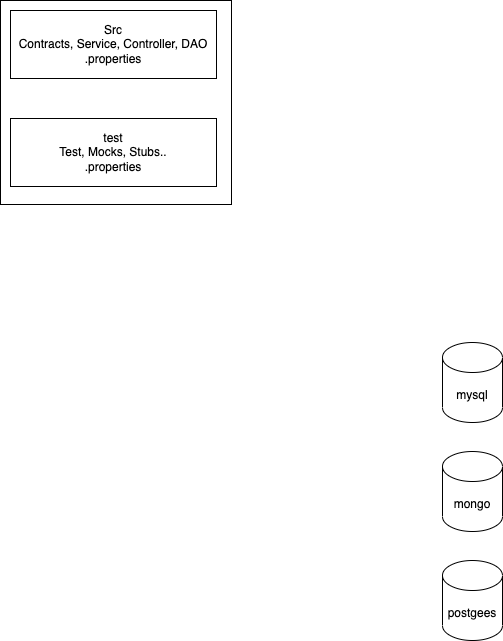
The draw.io diagram images/day2.drawio.png in adithnaveen/ibm-service-virtualization-sep-2023, before a commit. Source tidied: cells renumbered, new cells last; positions are measured from the earlier drawing's top-left corner, leaving out a move shared by most shapes.
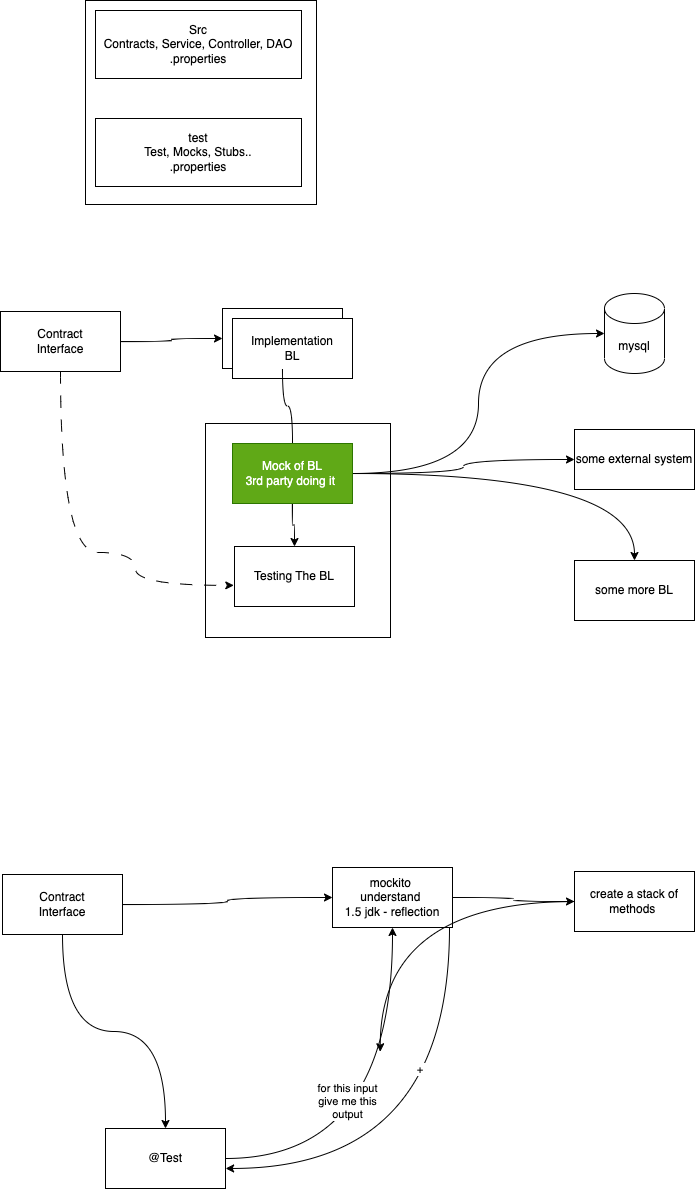
After the commit.

Commit message:
working with mockito

Diff of the diagram source:
```diff
@@ -2,6 +2,9 @@
   <root>
     <mxCell id="0" />
     <mxCell id="1" parent="0" />
+    <mxCell id="8" style="rounded=0;whiteSpace=wrap;html=1;" parent="1" vertex="1">
+      <mxGeometry x="120" y="423" width="185" height="214" as="geometry" />
+    </mxCell>
     <mxCell id="2" style="rounded=0;whiteSpace=wrap;html=1;" parent="1" vertex="1">
       <mxGeometry width="231" height="204" as="geometry" />
     </mxCell>
@@ -12,13 +15,97 @@
       <mxGeometry x="10" y="118" width="206" height="68" as="geometry" />
     </mxCell>
     <mxCell id="5" value="mysql" style="shape=cylinder3;whiteSpace=wrap;html=1;boundedLbl=1;backgroundOutline=1;size=15;" parent="1" vertex="1">
-      <mxGeometry x="442" y="342" width="60" height="80" as="geometry" />
+      <mxGeometry x="519" y="293" width="60" height="80" as="geometry" />
     </mxCell>
-    <mxCell id="6" value="mongo" style="shape=cylinder3;whiteSpace=wrap;html=1;boundedLbl=1;backgroundOutline=1;size=15;" parent="1" vertex="1">
-      <mxGeometry x="442" y="451" width="60" height="80" as="geometry" />
-    </mxCell>
-    <mxCell id="7" value="postgees" style="shape=cylinder3;whiteSpace=wrap;html=1;boundedLbl=1;backgroundOutline=1;size=15;" parent="1" vertex="1">
-      <mxGeometry x="442" y="560" width="60" height="80" as="geometry" />
-    </mxCell>
+    <mxCell id="9" style="edgeStyle=orthogonalEdgeStyle;html=1;curved=1;" parent="1" edge="1" source="11" target="13">
+      <mxGeometry relative="1" as="geometry" />
+    </mxCell>
+    <mxCell id="10" style="edgeStyle=orthogonalEdgeStyle;curved=1;html=1;entryX=-0.006;entryY=0.648;entryDx=0;entryDy=0;entryPerimeter=0;dashed=1;dashPattern=12 12;" parent="1" edge="1" source="11" target="14">
+      <mxGeometry relative="1" as="geometry">
+        <Array as="points">
+          <mxPoint x="-25" y="552" />
+          <mxPoint x="50" y="552" />
+          <mxPoint x="50" y="585" />
+        </Array>
+      </mxGeometry>
+    </mxCell>
+    <mxCell id="11" value="Contract&lt;br&gt;Interface" style="rounded=0;whiteSpace=wrap;html=1;" parent="1" vertex="1">
+      <mxGeometry x="-85" y="311" width="120" height="60" as="geometry" />
+    </mxCell>
+    <mxCell id="12" style="edgeStyle=orthogonalEdgeStyle;curved=1;html=1;startArrow=none;" parent="1" edge="1" source="22" target="14">
+      <mxGeometry relative="1" as="geometry" />
+    </mxCell>
+    <mxCell id="13" value="Implementation&lt;br&gt;BL" style="rounded=0;whiteSpace=wrap;html=1;" parent="1" vertex="1">
+      <mxGeometry x="137" y="308" width="120" height="60" as="geometry" />
+    </mxCell>
+    <mxCell id="14" value="Testing The BL" style="rounded=0;whiteSpace=wrap;html=1;" parent="1" vertex="1">
+      <mxGeometry x="149" y="546" width="120" height="60" as="geometry" />
+    </mxCell>
+    <mxCell id="15" value="Implementation&lt;br&gt;BL" style="rounded=0;whiteSpace=wrap;html=1;" parent="1" vertex="1">
+      <mxGeometry x="147" y="318" width="120" height="60" as="geometry" />
+    </mxCell>
+    <mxCell id="16" style="edgeStyle=orthogonalEdgeStyle;curved=1;html=1;entryX=0;entryY=0.5;entryDx=0;entryDy=0;entryPerimeter=0;" parent="1" edge="1" source="22" target="5">
+      <mxGeometry relative="1" as="geometry" />
+    </mxCell>
+    <mxCell id="17" style="edgeStyle=orthogonalEdgeStyle;curved=1;html=1;" parent="1" edge="1" source="22" target="19">
+      <mxGeometry relative="1" as="geometry" />
+    </mxCell>
+    <mxCell id="18" style="edgeStyle=orthogonalEdgeStyle;curved=1;html=1;" parent="1" edge="1" source="22" target="20">
+      <mxGeometry relative="1" as="geometry" />
+    </mxCell>
+    <mxCell id="19" value="some external system&lt;br&gt;" style="rounded=0;whiteSpace=wrap;html=1;" parent="1" vertex="1">
+      <mxGeometry x="489" y="429" width="120" height="60" as="geometry" />
+    </mxCell>
+    <mxCell id="20" value="some more BL" style="rounded=0;whiteSpace=wrap;html=1;" parent="1" vertex="1">
+      <mxGeometry x="489" y="560" width="120" height="60" as="geometry" />
+    </mxCell>
+    <mxCell id="21" style="edgeStyle=orthogonalEdgeStyle;curved=1;html=1;endArrow=none;" parent="1" edge="1" source="13" target="22">
+      <mxGeometry relative="1" as="geometry" />
+    </mxCell>
+    <mxCell id="22" value="Mock of BL&lt;br&gt;3rd party doing it&amp;nbsp;" style="rounded=0;whiteSpace=wrap;html=1;fillColor=#60a917;fontColor=#ffffff;strokeColor=#2D7600;" parent="1" vertex="1">
+      <mxGeometry x="147" y="443" width="120" height="60" as="geometry" />
+    </mxCell>
+    <mxCell id="23" style="edgeStyle=orthogonalEdgeStyle;curved=1;html=1;" parent="1" edge="1" source="25" target="29">
+      <mxGeometry relative="1" as="geometry" />
+    </mxCell>
+    <mxCell id="24" style="edgeStyle=orthogonalEdgeStyle;curved=1;html=1;" parent="1" edge="1" source="25" target="34">
+      <mxGeometry relative="1" as="geometry" />
+    </mxCell>
+    <mxCell id="25" value="Contract&lt;br&gt;Interface" style="rounded=0;whiteSpace=wrap;html=1;" parent="1" vertex="1">
+      <mxGeometry x="-83" y="874" width="120" height="60" as="geometry" />
+    </mxCell>
+    <mxCell id="26" style="edgeStyle=orthogonalEdgeStyle;curved=1;html=1;" parent="1" edge="1" source="29" target="31">
+      <mxGeometry relative="1" as="geometry" />
+    </mxCell>
+    <mxCell id="27" style="edgeStyle=orthogonalEdgeStyle;curved=1;html=1;entryX=1.001;entryY=0.666;entryDx=0;entryDy=0;entryPerimeter=0;" parent="1" edge="1" source="29" target="34">
+      <mxGeometry relative="1" as="geometry">
+        <Array as="points">
+          <mxPoint x="364" y="1168" />
+        </Array>
+      </mxGeometry>
+    </mxCell>
+    <mxCell id="28" value="+&amp;nbsp;" style="edgeLabel;html=1;align=center;verticalAlign=middle;" parent="27" vertex="1">
+      <mxGeometry x="-0.39" y="-28" relative="1" as="geometry" />
+    </mxCell>
+    <mxCell id="29" value="mockito&amp;nbsp;&lt;br&gt;understand&amp;nbsp;&lt;br&gt;1.5 jdk - reflection" style="rounded=0;whiteSpace=wrap;html=1;" parent="1" vertex="1">
+      <mxGeometry x="247" y="867" width="120" height="60" as="geometry" />
+    </mxCell>
+    <mxCell id="30" style="edgeStyle=orthogonalEdgeStyle;curved=1;html=1;" parent="1" edge="1" source="31">
+      <mxGeometry relative="1" as="geometry">
+        <mxPoint x="294.7" y="1051.3" as="targetPoint" />
+      </mxGeometry>
+    </mxCell>
+    <mxCell id="31" value="create a stack of methods&amp;nbsp;" style="rounded=0;whiteSpace=wrap;html=1;" parent="1" vertex="1">
+      <mxGeometry x="489" y="871" width="120" height="60" as="geometry" />
+    </mxCell>
+    <mxCell id="32" style="edgeStyle=orthogonalEdgeStyle;curved=1;html=1;" parent="1" edge="1" source="34" target="29">
+      <mxGeometry relative="1" as="geometry" />
+    </mxCell>
+    <mxCell id="33" value="for this input&lt;br&gt;give me this&lt;br&gt;output" style="edgeLabel;html=1;align=center;verticalAlign=middle;" parent="32" vertex="1">
+      <mxGeometry x="0.13" y="45" relative="1" as="geometry" />
+    </mxCell>
+    <mxCell id="34" value="@Test" style="rounded=0;whiteSpace=wrap;html=1;" parent="1" vertex="1">
+      <mxGeometry x="20" y="1128" width="120" height="60" as="geometry" />
+    </mxCell>
   </root>
 </mxGraphModel>
```
